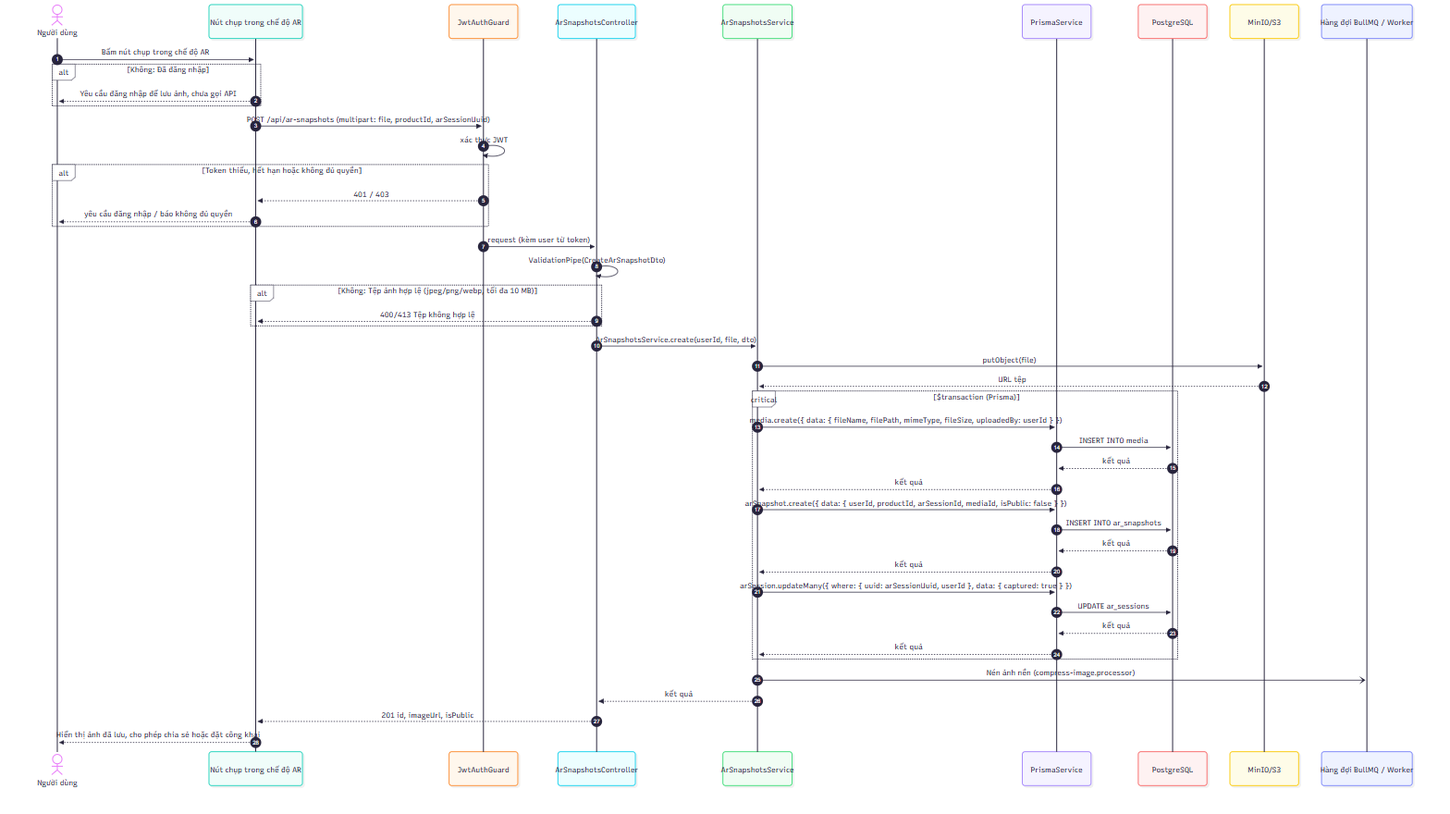
The Mermaid diagram docs/diagrams/png/sequence_UC-3D-04_chup-va-luu-anh-ar.png in 2431540234-arch/XDUDTMDT, before a commit. Its source is kept beside it as docs/diagrams/src/sequence_UC-3D-04_chup-va-luu-anh-ar.mmd.
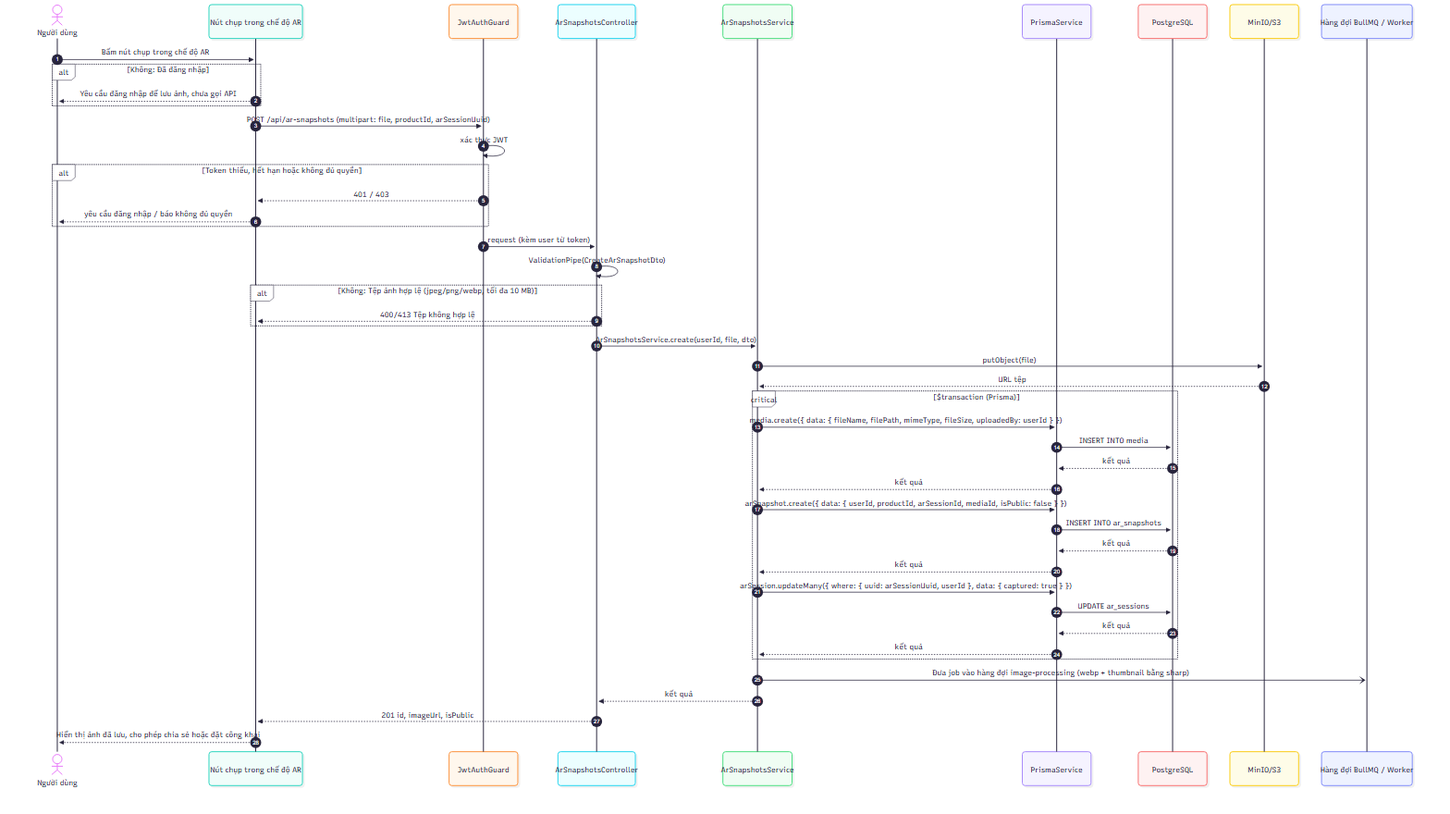
Later version of the same file.

Diff of the diagram source:
```diff
@@ -41,7 +41,7 @@
         D-->>P: kết quả
         P-->>S: kết quả
     end
-    S-)W: Nén ảnh nền (compress-image.processor)
+    S-)W: Đưa job vào hàng đợi image-processing (webp + thumbnail bằng sharp)
     S-->>C: kết quả
     C-->>FE: 201 id, imageUrl, isPublic
     FE-->>A: Hiển thị ảnh đã lưu, cho phép chia sẻ hoặc đặt công khai
```
